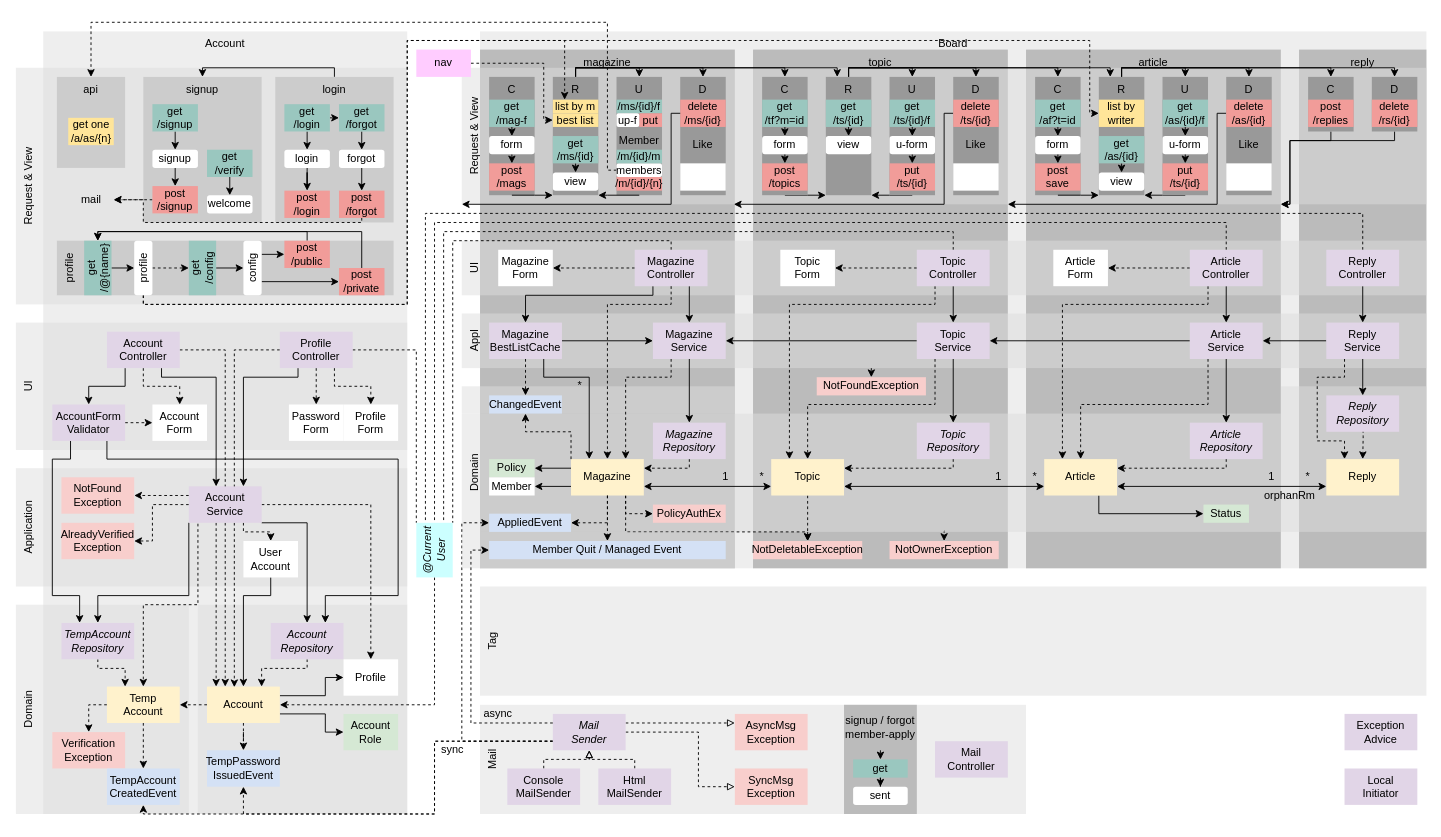
The draw.io diagram diagram.drawio in suloginscene/dinner, before the edit. Source tidied: cells renumbered, new cells numbered last; positions are measured from the earlier drawing's top-left corner, leaving out a move shared by most shapes. Both pictures are drawn from the tidied source at 91%, with x=0, y=0 at pixel (15, 22).
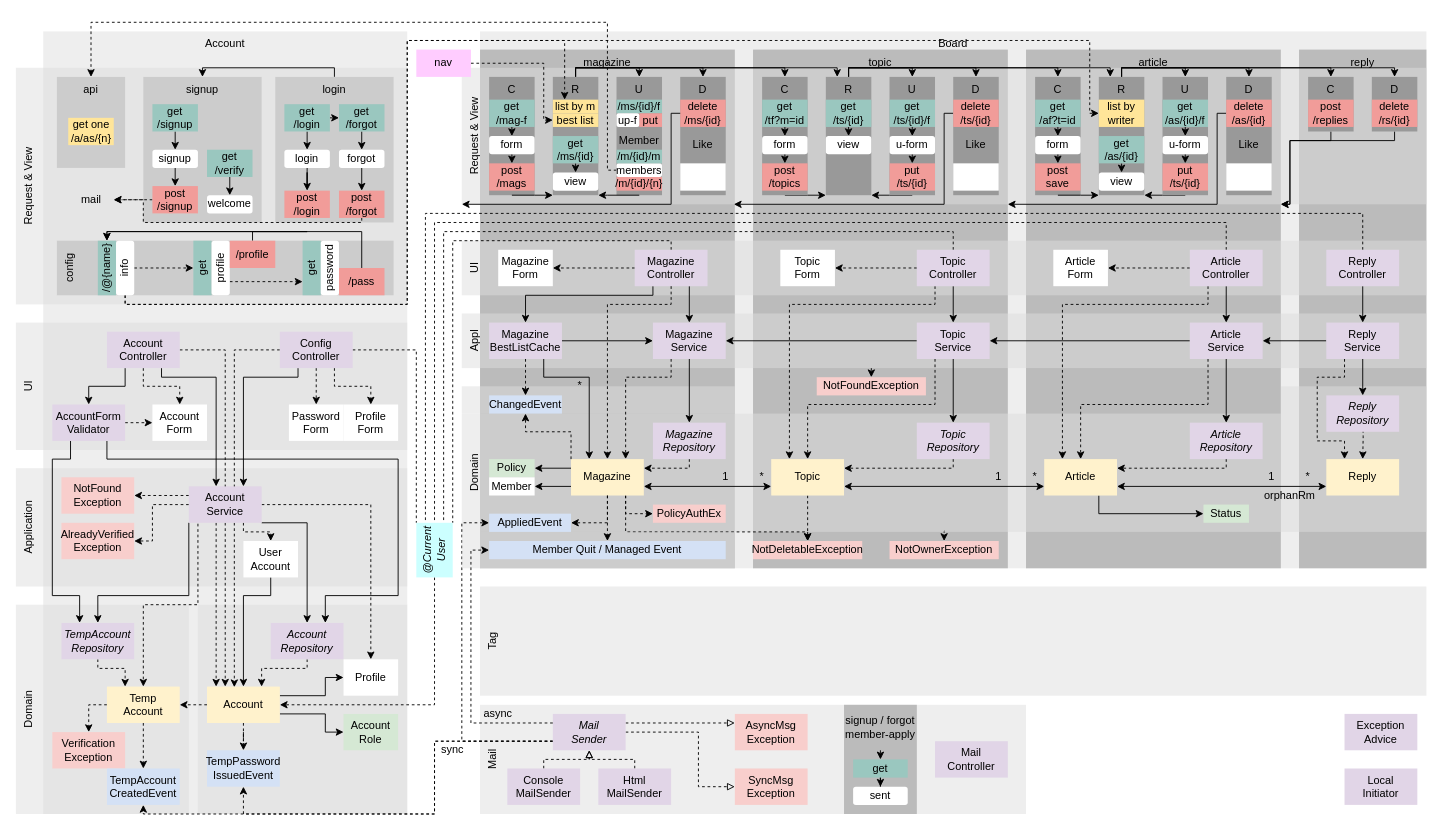
The same diagram, later.

The change refers to these unchanged cells:
```xml
<mxCell id="320" value="list by m" style="rounded=0;whiteSpace=wrap;html=1;fontStyle=0;strokeColor=none;fillColor=#FFE599;" parent="1" vertex="1">
  <mxGeometry x="590" y="85" width="50" height="15" as="geometry" />
</mxCell>
<mxCell id="321" value="list by&lt;br&gt;writer" style="rounded=0;whiteSpace=wrap;html=1;fontStyle=0;strokeColor=none;fillColor=#FFE599;" parent="1" vertex="1">
  <mxGeometry x="1190" y="85" width="50" height="30" as="geometry" />
</mxCell>
```

The edit, as a diff of the source:
```diff
@@
-    <mxCell id="109" value="profile" style="rounded=0;whiteSpace=wrap;html=1;verticalAlign=top;fillColor=#CCCCCC;strokeColor=none;horizontal=0;" parent="1" vertex="1">
+    <mxCell id="109" value="config" style="rounded=0;whiteSpace=wrap;html=1;verticalAlign=top;fillColor=#CCCCCC;strokeColor=none;horizontal=0;" parent="1" vertex="1">
       <mxGeometry x="45" y="240" width="370" height="60" as="geometry" />
     </mxCell>
@@
-    <mxCell id="127" value="Profile&lt;br&gt;Controller" style="rounded=0;whiteSpace=wrap;html=1;strokeColor=none;fillColor=#E1D5E7;" parent="1" vertex="1">
+    <mxCell id="127" value="Config&lt;br&gt;Controller" style="rounded=0;whiteSpace=wrap;html=1;strokeColor=none;fillColor=#E1D5E7;" parent="1" vertex="1">
       <mxGeometry x="290" y="340" width="80" height="40" as="geometry" />
     </mxCell>
@@
-    <mxCell id="146" value="get&lt;br&gt;/config" style="rounded=0;whiteSpace=wrap;html=1;fontStyle=0;strokeColor=none;fillColor=#9AC7BF;horizontal=0;" parent="1" vertex="1">
-      <mxGeometry x="190" y="240" width="30" height="60" as="geometry" />
+    <mxCell id="146" value="get" style="rounded=0;whiteSpace=wrap;html=1;fontStyle=0;strokeColor=none;fillColor=#9AC7BF;horizontal=0;" parent="1" vertex="1">
+      <mxGeometry x="195" y="240" width="20" height="60" as="geometry" />
     </mxCell>
@@
-    <mxCell id="148" value="get&lt;br&gt;/@{name}" style="rounded=0;whiteSpace=wrap;html=1;fontStyle=0;strokeColor=none;fillColor=#9AC7BF;horizontal=0;" parent="1" vertex="1">
-      <mxGeometry x="75" y="240" width="30" height="60" as="geometry" />
+    <mxCell id="148" value="/@{name}" style="rounded=0;whiteSpace=wrap;html=1;fontStyle=0;strokeColor=none;fillColor=#9AC7BF;horizontal=0;" parent="1" vertex="1">
+      <mxGeometry x="90" y="240" width="20" height="60" as="geometry" />
     </mxCell>
@@
-    <mxCell id="150" style="edgeStyle=orthogonalEdgeStyle;rounded=0;jettySize=auto;html=1;exitX=1;exitY=0.75;exitDx=0;exitDy=0;entryX=0;entryY=0.5;entryDx=0;entryDy=0;endArrow=classic;endFill=1;endSize=6;" parent="1" edge="1" source="151" target="155">
+    <mxCell id="150" style="edgeStyle=orthogonalEdgeStyle;rounded=0;jettySize=auto;html=1;exitX=1;exitY=0.75;exitDx=0;exitDy=0;entryX=0;entryY=0.75;entryDx=0;entryDy=0;endArrow=classic;endFill=1;endSize=6;dashed=1;" parent="1" edge="1" source="151" target="322">
       <mxGeometry relative="1" as="geometry" />
     </mxCell>
-    <mxCell id="151" value="config" style="rounded=1;whiteSpace=wrap;html=1;strokeColor=none;horizontal=0;" parent="1" vertex="1">
-      <mxGeometry x="250" y="240" width="20" height="60" as="geometry" />
+    <mxCell id="151" value="profile" style="rounded=1;whiteSpace=wrap;html=1;strokeColor=none;horizontal=0;" parent="1" vertex="1">
+      <mxGeometry x="215" y="240" width="20" height="60" as="geometry" />
     </mxCell>
@@
-    <mxCell id="153" value="post&lt;br&gt;/public" style="rounded=0;whiteSpace=wrap;html=1;strokeColor=none;fontStyle=0;fillColor=#F19C99;" parent="1" vertex="1">
-      <mxGeometry x="295" y="240" width="50" height="30" as="geometry" />
+    <mxCell id="153" value="/profile" style="rounded=0;whiteSpace=wrap;html=1;strokeColor=none;fontStyle=0;fillColor=#F19C99;" parent="1" vertex="1">
+      <mxGeometry x="235" y="240" width="50" height="30" as="geometry" />
     </mxCell>
     <mxCell id="154" style="edgeStyle=orthogonalEdgeStyle;rounded=0;jettySize=auto;html=1;exitX=0.5;exitY=0;exitDx=0;exitDy=0;entryX=0.5;entryY=0;entryDx=0;entryDy=0;endArrow=classic;endFill=1;endSize=6;" parent="1" edge="1" source="155" target="148">
       <mxGeometry relative="1" as="geometry">
         <Array as="points">
           <mxPoint x="380" y="230" />
-          <mxPoint x="90" y="230" />
+          <mxPoint x="100" y="230" />
         </Array>
       </mxGeometry>
     </mxCell>
-    <mxCell id="155" value="post&lt;br&gt;/private" style="rounded=0;whiteSpace=wrap;html=1;strokeColor=none;fillColor=#F19C99;" parent="1" vertex="1">
+    <mxCell id="155" value="/pass" style="rounded=0;whiteSpace=wrap;html=1;strokeColor=none;fillColor=#F19C99;" parent="1" vertex="1">
       <mxGeometry x="355" y="270" width="50" height="30" as="geometry" />
     </mxCell>
     <mxCell id="156" style="edgeStyle=orthogonalEdgeStyle;rounded=0;jettySize=auto;html=1;exitX=1;exitY=0.5;exitDx=0;exitDy=0;entryX=0;entryY=0.5;entryDx=0;entryDy=0;endArrow=classic;endFill=1;endSize=6;dashed=1;" parent="1" edge="1" source="159" target="146">
       <mxGeometry relative="1" as="geometry">
         <Array as="points">
-          <mxPoint x="170" y="270" />
-          <mxPoint x="170" y="270" />
+          <mxPoint x="155" y="270" />
+          <mxPoint x="155" y="270" />
         </Array>
       </mxGeometry>
     </mxCell>
     <mxCell id="157" style="edgeStyle=orthogonalEdgeStyle;rounded=0;jettySize=auto;html=1;exitX=0.5;exitY=1;exitDx=0;exitDy=0;dashed=1;" parent="1" edge="1" source="159" target="320">
       <mxGeometry relative="1" as="geometry">
         <Array as="points">
-          <mxPoint x="140" y="310" />
+          <mxPoint x="120" y="310" />
           <mxPoint x="430" y="310" />
           <mxPoint x="430" y="20" />
           <mxPoint x="603" y="20" />
         </Array>
       </mxGeometry>
     </mxCell>
     <mxCell id="158" style="edgeStyle=orthogonalEdgeStyle;rounded=0;jettySize=auto;html=1;exitX=0.5;exitY=1;exitDx=0;exitDy=0;dashed=1;" parent="1" edge="1" source="159" target="321">
       <mxGeometry relative="1" as="geometry">
         <Array as="points">
-          <mxPoint x="140" y="310" />
+          <mxPoint x="120" y="310" />
           <mxPoint x="430" y="310" />
           <mxPoint x="430" y="20" />
           <mxPoint x="1180" y="20" />
           <mxPoint x="1180" y="100" />
         </Array>
       </mxGeometry>
     </mxCell>
-    <mxCell id="159" value="profile" style="rounded=1;whiteSpace=wrap;html=1;strokeColor=none;horizontal=0;" parent="1" vertex="1">
-      <mxGeometry x="130" y="240" width="20" height="60" as="geometry" />
+    <mxCell id="159" value="info" style="rounded=1;whiteSpace=wrap;html=1;strokeColor=none;horizontal=0;" parent="1" vertex="1">
+      <mxGeometry x="110" y="240" width="20" height="60" as="geometry" />
     </mxCell>
@@
+    <mxCell id="322" value="get" style="rounded=0;whiteSpace=wrap;html=1;fontStyle=0;strokeColor=none;fillColor=#9AC7BF;horizontal=0;" parent="1" vertex="1">
+      <mxGeometry x="315" y="240" width="20" height="60" as="geometry" />
+    </mxCell>
+    <mxCell id="323" style="edgeStyle=orthogonalEdgeStyle;rounded=0;jettySize=auto;html=1;exitX=1;exitY=0.75;exitDx=0;exitDy=0;entryX=0;entryY=0.5;entryDx=0;entryDy=0;" parent="1" edge="1" source="324" target="155">
+      <mxGeometry relative="1" as="geometry" />
+    </mxCell>
+    <mxCell id="324" value="password" style="rounded=1;whiteSpace=wrap;html=1;strokeColor=none;horizontal=0;" parent="1" vertex="1">
+      <mxGeometry x="335" y="240" width="20" height="60" as="geometry" />
+    </mxCell>
```
